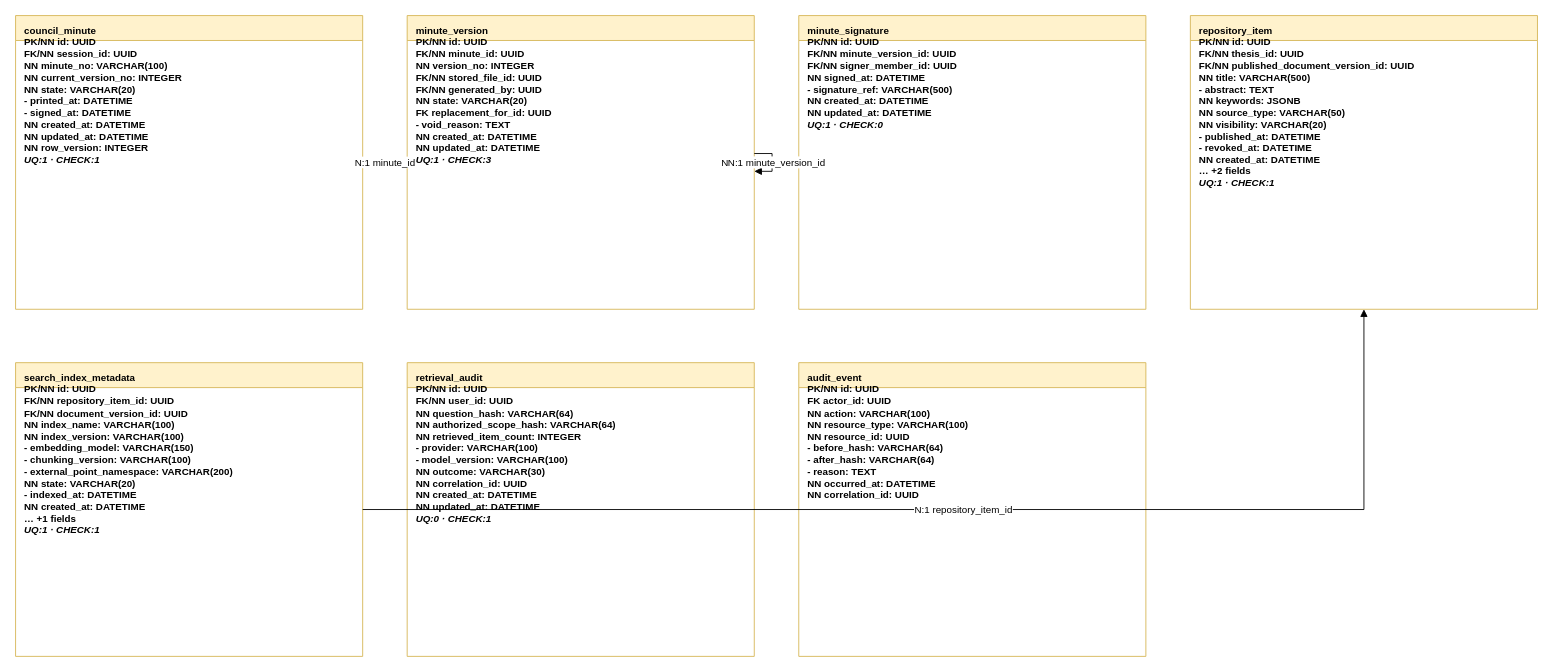
Earlier version of the draw.io diagram page "ERD 5 - Biên bản, kho và audit" (5 of 5) of docs/design/erd.drawio (MingJien/kltn-management-ai). Source tidied: cells renumbered, new cells numbered last; positions are measured from the earlier drawing's top-left corner, leaving out a move shared by most shapes. Both pictures are drawn from the tidied source at 89%, with x=0, y=0 at pixel (15, 15).
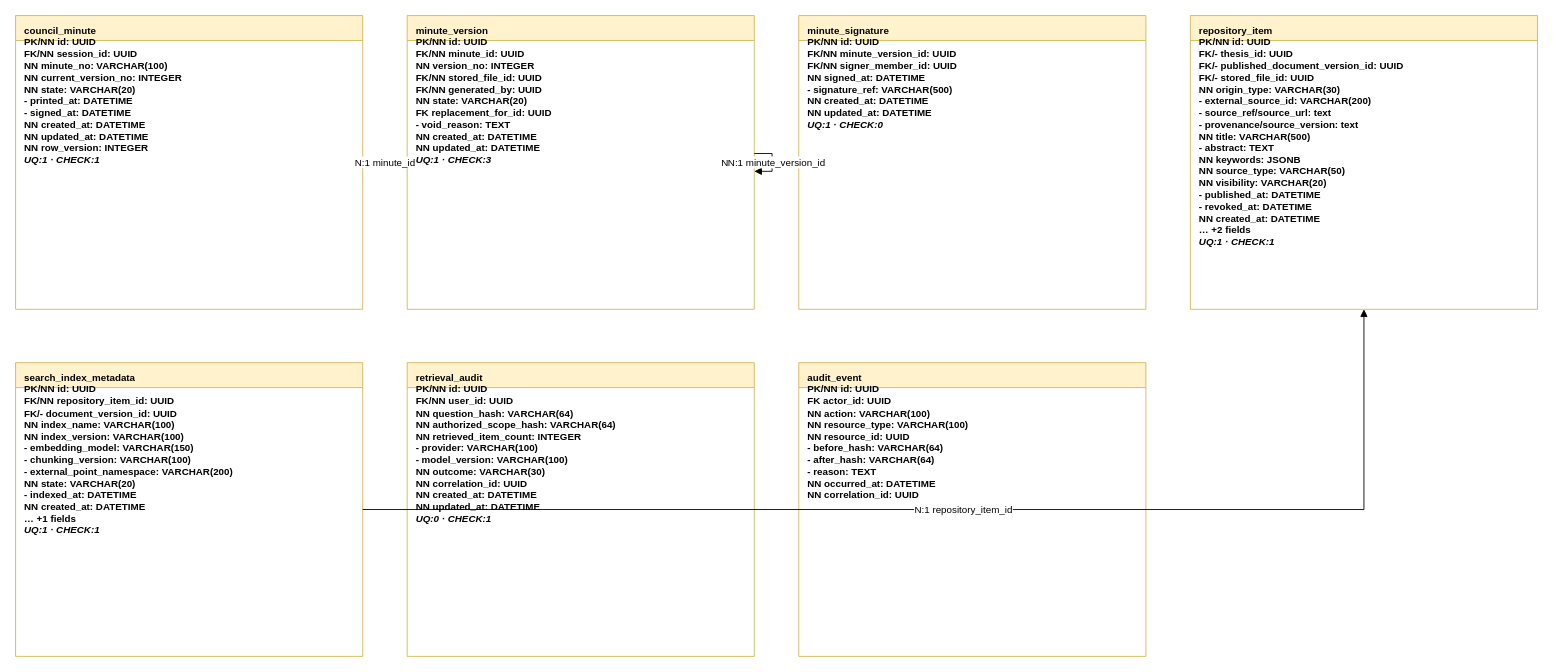
The same diagram, later.

What changed in the source:
```diff
@@
 <mxGraphModel>
   <root>
     <mxCell id="0" />
     <mxCell id="1" parent="0" />
     <mxCell id="2" value="&lt;b&gt;council_minute&lt;/b&gt;&lt;br&gt;PK/NN id: UUID&lt;br&gt;FK/NN session_id: UUID&lt;br&gt;NN minute_no: VARCHAR(100)&lt;br&gt;NN current_version_no: INTEGER&lt;br&gt;NN state: VARCHAR(20)&lt;br&gt;- printed_at: DATETIME&lt;br&gt;- signed_at: DATETIME&lt;br&gt;NN created_at: DATETIME&lt;br&gt;NN updated_at: DATETIME&lt;br&gt;NN row_version: INTEGER&lt;br&gt;&lt;i&gt;UQ:1 · CHECK:1&lt;/i&gt;" style="swimlane;horizontal=1;startSize=28;whiteSpace=wrap;html=1;fillColor=#fff2cc;strokeColor=#d6b656;align=left;verticalAlign=top;spacingLeft=8;spacingTop=4;fontSize=11;" parent="1" vertex="1">
       <mxGeometry width="390" height="330" as="geometry" />
     </mxCell>
     <mxCell id="3" value="&lt;b&gt;minute_version&lt;/b&gt;&lt;br&gt;PK/NN id: UUID&lt;br&gt;FK/NN minute_id: UUID&lt;br&gt;NN version_no: INTEGER&lt;br&gt;FK/NN stored_file_id: UUID&lt;br&gt;FK/NN generated_by: UUID&lt;br&gt;NN state: VARCHAR(20)&lt;br&gt;FK replacement_for_id: UUID&lt;br&gt;- void_reason: TEXT&lt;br&gt;NN created_at: DATETIME&lt;br&gt;NN updated_at: DATETIME&lt;br&gt;&lt;i&gt;UQ:1 · CHECK:3&lt;/i&gt;" style="swimlane;horizontal=1;startSize=28;whiteSpace=wrap;html=1;fillColor=#fff2cc;strokeColor=#d6b656;align=left;verticalAlign=top;spacingLeft=8;spacingTop=4;fontSize=11;" parent="1" vertex="1">
       <mxGeometry x="440" width="390" height="330" as="geometry" />
     </mxCell>
     <mxCell id="4" value="&lt;b&gt;minute_signature&lt;/b&gt;&lt;br&gt;PK/NN id: UUID&lt;br&gt;FK/NN minute_version_id: UUID&lt;br&gt;FK/NN signer_member_id: UUID&lt;br&gt;NN signed_at: DATETIME&lt;br&gt;- signature_ref: VARCHAR(500)&lt;br&gt;NN created_at: DATETIME&lt;br&gt;NN updated_at: DATETIME&lt;br&gt;&lt;i&gt;UQ:1 · CHECK:0&lt;/i&gt;" style="swimlane;horizontal=1;startSize=28;whiteSpace=wrap;html=1;fillColor=#fff2cc;strokeColor=#d6b656;align=left;verticalAlign=top;spacingLeft=8;spacingTop=4;fontSize=11;" parent="1" vertex="1">
       <mxGeometry x="880" width="390" height="330" as="geometry" />
     </mxCell>
-    <mxCell id="5" value="&lt;b&gt;repository_item&lt;/b&gt;&lt;br&gt;PK/NN id: UUID&lt;br&gt;FK/NN thesis_id: UUID&lt;br&gt;FK/NN published_document_version_id: UUID&lt;br&gt;NN title: VARCHAR(500)&lt;br&gt;- abstract: TEXT&lt;br&gt;NN keywords: JSONB&lt;br&gt;NN source_type: VARCHAR(50)&lt;br&gt;NN visibility: VARCHAR(20)&lt;br&gt;- published_at: DATETIME&lt;br&gt;- revoked_at: DATETIME&lt;br&gt;NN created_at: DATETIME&lt;br&gt;… +2 fields&lt;br&gt;&lt;i&gt;UQ:1 · CHECK:1&lt;/i&gt;" style="swimlane;horizontal=1;startSize=28;whiteSpace=wrap;html=1;fillColor=#fff2cc;strokeColor=#d6b656;align=left;verticalAlign=top;spacingLeft=8;spacingTop=4;fontSize=11;" parent="1" vertex="1">
+    <mxCell id="5" value="&lt;b&gt;repository_item&lt;/b&gt;&lt;br&gt;PK/NN id: UUID&lt;br&gt;FK/- thesis_id: UUID&lt;br&gt;FK/- published_document_version_id: UUID&lt;br&gt;FK/- stored_file_id: UUID&lt;br&gt;NN origin_type: VARCHAR(30)&lt;br&gt;- external_source_id: VARCHAR(200)&lt;br&gt;- source_ref/source_url: text&lt;br&gt;- provenance/source_version: text&lt;br&gt;NN title: VARCHAR(500)&lt;br&gt;- abstract: TEXT&lt;br&gt;NN keywords: JSONB&lt;br&gt;NN source_type: VARCHAR(50)&lt;br&gt;NN visibility: VARCHAR(20)&lt;br&gt;- published_at: DATETIME&lt;br&gt;- revoked_at: DATETIME&lt;br&gt;NN created_at: DATETIME&lt;br&gt;… +2 fields&lt;br&gt;&lt;i&gt;UQ:1 · CHECK:1&lt;/i&gt;" style="swimlane;horizontal=1;startSize=28;whiteSpace=wrap;html=1;fillColor=#fff2cc;strokeColor=#d6b656;align=left;verticalAlign=top;spacingLeft=8;spacingTop=4;fontSize=11;" parent="1" vertex="1">
       <mxGeometry x="1320" width="390" height="330" as="geometry" />
     </mxCell>
-    <mxCell id="6" value="&lt;b&gt;search_index_metadata&lt;/b&gt;&lt;br&gt;PK/NN id: UUID&lt;br&gt;FK/NN repository_item_id: UUID&lt;br&gt;FK/NN document_version_id: UUID&lt;br&gt;NN index_name: VARCHAR(100)&lt;br&gt;NN index_version: VARCHAR(100)&lt;br&gt;- embedding_model: VARCHAR(150)&lt;br&gt;- chunking_version: VARCHAR(100)&lt;br&gt;- external_point_namespace: VARCHAR(200)&lt;br&gt;NN state: VARCHAR(20)&lt;br&gt;- indexed_at: DATETIME&lt;br&gt;NN created_at: DATETIME&lt;br&gt;… +1 fields&lt;br&gt;&lt;i&gt;UQ:1 · CHECK:1&lt;/i&gt;" style="swimlane;horizontal=1;startSize=28;whiteSpace=wrap;html=1;fillColor=#fff2cc;strokeColor=#d6b656;align=left;verticalAlign=top;spacingLeft=8;spacingTop=4;fontSize=11;" parent="1" vertex="1">
+    <mxCell id="6" value="&lt;b&gt;search_index_metadata&lt;/b&gt;&lt;br&gt;PK/NN id: UUID&lt;br&gt;FK/NN repository_item_id: UUID&lt;br&gt;FK/- document_version_id: UUID&lt;br&gt;NN index_name: VARCHAR(100)&lt;br&gt;NN index_version: VARCHAR(100)&lt;br&gt;- embedding_model: VARCHAR(150)&lt;br&gt;- chunking_version: VARCHAR(100)&lt;br&gt;- external_point_namespace: VARCHAR(200)&lt;br&gt;NN state: VARCHAR(20)&lt;br&gt;- indexed_at: DATETIME&lt;br&gt;NN created_at: DATETIME&lt;br&gt;… +1 fields&lt;br&gt;&lt;i&gt;UQ:1 · CHECK:1&lt;/i&gt;" style="swimlane;horizontal=1;startSize=28;whiteSpace=wrap;html=1;fillColor=#fff2cc;strokeColor=#d6b656;align=left;verticalAlign=top;spacingLeft=8;spacingTop=4;fontSize=11;" parent="1" vertex="1">
       <mxGeometry y="390" width="390" height="330" as="geometry" />
     </mxCell>
     <mxCell id="7" value="&lt;b&gt;retrieval_audit&lt;/b&gt;&lt;br&gt;PK/NN id: UUID&lt;br&gt;FK/NN user_id: UUID&lt;br&gt;NN question_hash: VARCHAR(64)&lt;br&gt;NN authorized_scope_hash: VARCHAR(64)&lt;br&gt;NN retrieved_item_count: INTEGER&lt;br&gt;- provider: VARCHAR(100)&lt;br&gt;- model_version: VARCHAR(100)&lt;br&gt;NN outcome: VARCHAR(30)&lt;br&gt;NN correlation_id: UUID&lt;br&gt;NN created_at: DATETIME&lt;br&gt;NN updated_at: DATETIME&lt;br&gt;&lt;i&gt;UQ:0 · CHECK:1&lt;/i&gt;" style="swimlane;horizontal=1;startSize=28;whiteSpace=wrap;html=1;fillColor=#fff2cc;strokeColor=#d6b656;align=left;verticalAlign=top;spacingLeft=8;spacingTop=4;fontSize=11;" parent="1" vertex="1">
       <mxGeometry x="440" y="390" width="390" height="330" as="geometry" />
     </mxCell>
     <mxCell id="8" value="&lt;b&gt;audit_event&lt;/b&gt;&lt;br&gt;PK/NN id: UUID&lt;br&gt;FK actor_id: UUID&lt;br&gt;NN action: VARCHAR(100)&lt;br&gt;NN resource_type: VARCHAR(100)&lt;br&gt;NN resource_id: UUID&lt;br&gt;- before_hash: VARCHAR(64)&lt;br&gt;- after_hash: VARCHAR(64)&lt;br&gt;- reason: TEXT&lt;br&gt;NN occurred_at: DATETIME&lt;br&gt;NN correlation_id: UUID" style="swimlane;horizontal=1;startSize=28;whiteSpace=wrap;html=1;fillColor=#fff2cc;strokeColor=#d6b656;align=left;verticalAlign=top;spacingLeft=8;spacingTop=4;fontSize=11;" parent="1" vertex="1">
       <mxGeometry x="880" y="390" width="390" height="330" as="geometry" />
     </mxCell>
     <mxCell id="9" value="N:1 replacement_for_id" style="edgeStyle=orthogonalEdgeStyle;rounded=0;orthogonalLoop=1;jettySize=auto;html=1;endArrow=block;endFill=1;fontSize=11;" parent="1" edge="1" source="3" target="3">
       <mxGeometry relative="1" as="geometry" />
     </mxCell>
     <mxCell id="10" value="N:1 minute_id" style="edgeStyle=orthogonalEdgeStyle;rounded=0;jettySize=auto;html=1;endArrow=block;endFill=1;fontSize=11;" parent="1" edge="1" source="3" target="2">
       <mxGeometry relative="1" as="geometry" />
     </mxCell>
     <mxCell id="11" value="N:1 minute_version_id" style="edgeStyle=orthogonalEdgeStyle;rounded=0;jettySize=auto;html=1;endArrow=block;endFill=1;fontSize=11;" parent="1" edge="1" source="4" target="3">
       <mxGeometry relative="1" as="geometry" />
     </mxCell>
     <mxCell id="12" value="N:1 repository_item_id" style="edgeStyle=orthogonalEdgeStyle;rounded=0;jettySize=auto;html=1;endArrow=block;endFill=1;fontSize=11;" parent="1" edge="1" source="6" target="5">
       <mxGeometry relative="1" as="geometry" />
     </mxCell>
   </root>
 </mxGraphModel>
```
